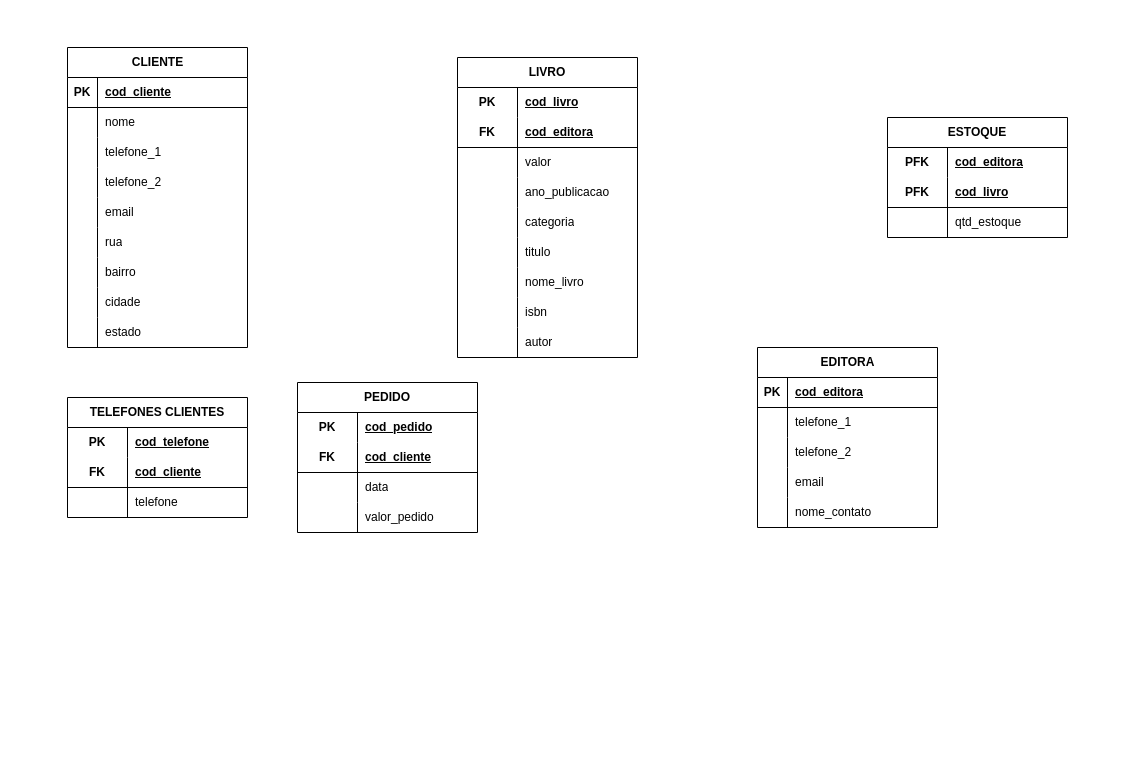
This is page "Página-3" (3 of 3) of Ativos de produção.drawio from danielpiupiu/Projetos, a draw.io file, before an edit. Source tidied: cells renumbered, new cells numbered last; positions are measured from the earlier drawing's top-left corner, leaving out a move shared by most shapes. Both pictures are drawn from the tidied source at 100%, with x=0, y=0 at pixel (67, 47).
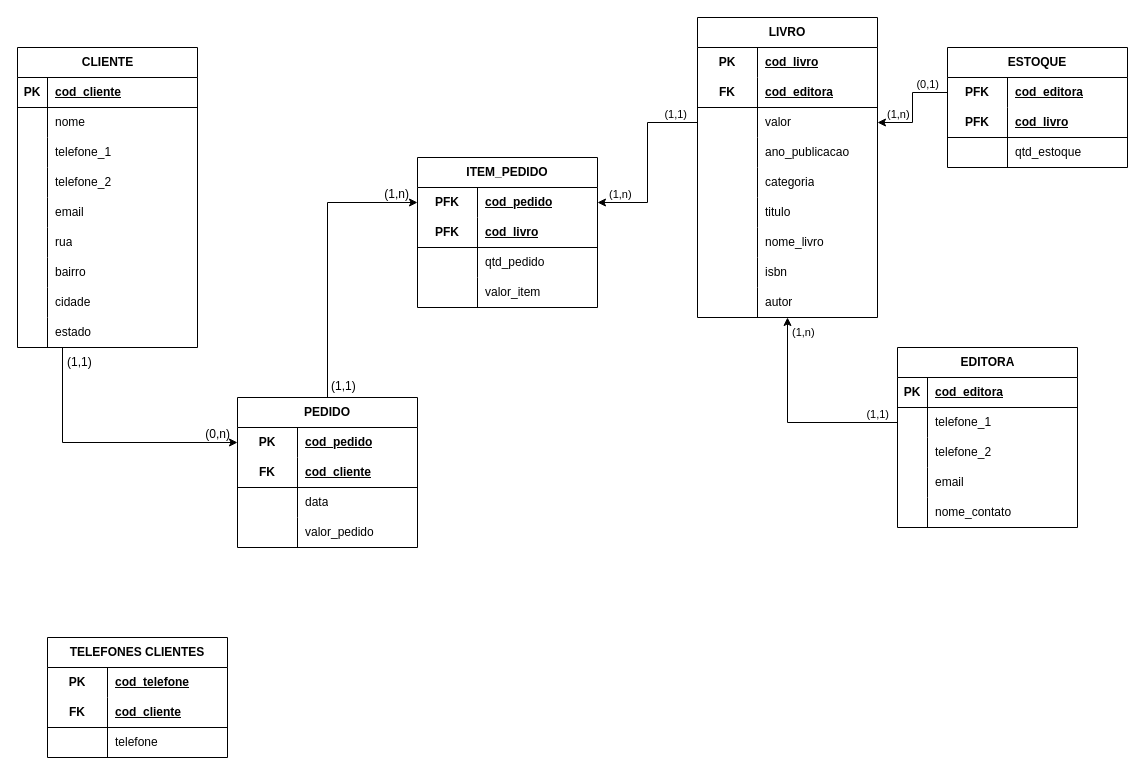
The same diagram, later.

The change refers to these unchanged cells:
```xml
<mxCell id="34" style="shape=tableRow;horizontal=0;startSize=0;swimlaneHead=0;swimlaneBody=0;fillColor=none;points=[[0,0.5],[1,0.5]];portConstraint=eastwest;top=0;left=0;right=0;bottom=0;" parent="30" vertex="1">
  <mxGeometry y="60" width="180" height="30" as="geometry" />
</mxCell>
<mxCell id="47" style="shape=tableRow;horizontal=0;startSize=0;swimlaneHead=0;swimlaneBody=0;fillColor=none;points=[[0,0.5],[1,0.5]];portConstraint=eastwest;top=0;left=0;right=0;bottom=0;html=1;" parent="46" vertex="1">
  <mxGeometry y="30" width="180" height="30" as="geometry" />
</mxCell>
<mxCell id="57" style="shape=tableRow;horizontal=0;startSize=0;swimlaneHead=0;swimlaneBody=0;fillColor=none;points=[[0,0.5],[1,0.5]];portConstraint=eastwest;top=0;left=0;right=0;bottom=0;html=1;" parent="56" vertex="1">
  <mxGeometry y="30" width="180" height="30" as="geometry" />
</mxCell>
<mxCell id="76" style="shape=tableRow;horizontal=0;startSize=0;swimlaneHead=0;swimlaneBody=0;fillColor=none;points=[[0,0.5],[1,0.5]];portConstraint=eastwest;top=0;left=0;right=0;bottom=0;html=1;" parent="69" vertex="1">
  <mxGeometry y="90" width="180" height="30" as="geometry" />
</mxCell>
```

Diff of the diagram source:
```diff
@@
     <mxCell id="2" value="CLIENTE" style="shape=table;startSize=30;childLayout=tableLayout;rowLines=0;fontStyle=1;align=center;html=1;" parent="1" vertex="1">
-      <mxGeometry width="180" height="300" as="geometry" />
+      <mxGeometry x="-50" width="180" height="300" as="geometry" />
     </mxCell>
@@
     <mxCell id="30" value="EDITORA" style="shape=table;startSize=30;childLayout=tableLayout;rowLines=0;fontStyle=1;align=center;html=1;" parent="1" vertex="1">
-      <mxGeometry x="690" y="300" width="180" height="180" as="geometry" />
+      <mxGeometry x="830" y="300" width="180" height="180" as="geometry" />
     </mxCell>
@@
     <mxCell id="46" value="ESTOQUE" style="shape=table;startSize=30;childLayout=tableLayout;rowLines=0;fontStyle=1;align=center;html=1;whiteSpace=wrap;" parent="1" vertex="1">
-      <mxGeometry x="820" y="70" width="180" height="120" as="geometry" />
+      <mxGeometry x="880" width="180" height="120" as="geometry" />
     </mxCell>
@@
     <mxCell id="56" value="PEDIDO" style="shape=table;startSize=30;childLayout=tableLayout;rowLines=0;fontStyle=1;align=center;html=1;whiteSpace=wrap;" parent="1" vertex="1">
-      <mxGeometry x="230" y="335" width="180" height="150" as="geometry" />
+      <mxGeometry x="170" y="350" width="180" height="150" as="geometry" />
     </mxCell>
@@
     <mxCell id="69" value="LIVRO" style="shape=table;startSize=30;childLayout=tableLayout;rowLines=0;fontStyle=1;align=center;html=1;whiteSpace=wrap;" parent="1" vertex="1">
-      <mxGeometry x="390" y="10" width="180" height="300" as="geometry" />
+      <mxGeometry x="630" y="-30" width="180" height="300" as="geometry" />
     </mxCell>
@@
     <mxCell id="97" value="TELEFONES CLIENTES" style="shape=table;startSize=30;childLayout=tableLayout;rowLines=0;fontStyle=1;align=center;html=1;whiteSpace=wrap;" parent="1" vertex="1">
-      <mxGeometry y="350" width="180" height="120" as="geometry" />
+      <mxGeometry x="-20" y="590" width="180" height="120" as="geometry" />
     </mxCell>
@@
+    <mxCell id="107" value="ITEM_PEDIDO" style="shape=table;startSize=30;childLayout=tableLayout;rowLines=0;fontStyle=1;align=center;html=1;whiteSpace=wrap;" parent="1" vertex="1">
+      <mxGeometry x="350" y="110" width="180" height="150" as="geometry" />
+    </mxCell>
+    <mxCell id="108" style="shape=tableRow;horizontal=0;startSize=0;swimlaneHead=0;swimlaneBody=0;fillColor=none;points=[[0,0.5],[1,0.5]];portConstraint=eastwest;top=0;left=0;right=0;bottom=0;html=1;" parent="107" vertex="1">
+      <mxGeometry y="30" width="180" height="30" as="geometry" />
+    </mxCell>
+    <mxCell id="109" value="PFK" style="shape=partialRectangle;fillColor=none;top=0;left=0;bottom=0;right=0;fontStyle=1;overflow=hidden;html=1;whiteSpace=wrap;" parent="108" vertex="1">
+      <mxGeometry width="60" height="30" as="geometry" />
+    </mxCell>
+    <mxCell id="110" value="cod_pedido" style="shape=partialRectangle;fillColor=none;top=0;left=0;bottom=0;right=0;align=left;spacingLeft=6;fontStyle=5;overflow=hidden;html=1;whiteSpace=wrap;" parent="108" vertex="1">
+      <mxGeometry x="60" width="120" height="30" as="geometry" />
+    </mxCell>
+    <mxCell id="111" style="shape=tableRow;horizontal=0;startSize=0;swimlaneHead=0;swimlaneBody=0;fillColor=none;top=0;left=0;right=0;bottom=1;html=1;" parent="107" vertex="1">
+      <mxGeometry y="60" width="180" height="30" as="geometry" />
+    </mxCell>
+    <mxCell id="112" value="PFK" style="shape=partialRectangle;fillColor=none;top=0;left=0;bottom=0;right=0;fontStyle=1;overflow=hidden;html=1;whiteSpace=wrap;" parent="111" vertex="1">
+      <mxGeometry width="60" height="30" as="geometry" />
+    </mxCell>
+    <mxCell id="113" value="cod_livro" style="shape=partialRectangle;fillColor=none;top=0;left=0;bottom=0;right=0;align=left;spacingLeft=6;fontStyle=5;overflow=hidden;html=1;whiteSpace=wrap;" parent="111" vertex="1">
+      <mxGeometry x="60" width="120" height="30" as="geometry" />
+    </mxCell>
+    <mxCell id="114" style="shape=tableRow;horizontal=0;startSize=0;swimlaneHead=0;swimlaneBody=0;fillColor=none;top=0;left=0;right=0;bottom=0;html=1;" parent="107" vertex="1">
+      <mxGeometry y="90" width="180" height="30" as="geometry" />
+    </mxCell>
+    <mxCell id="115" style="shape=partialRectangle;fillColor=none;top=0;left=0;bottom=0;right=0;overflow=hidden;html=1;whiteSpace=wrap;" parent="114" vertex="1">
+      <mxGeometry width="60" height="30" as="geometry" />
+    </mxCell>
+    <mxCell id="116" value="qtd_pedido" style="shape=partialRectangle;fillColor=none;top=0;left=0;bottom=0;right=0;align=left;spacingLeft=6;overflow=hidden;html=1;whiteSpace=wrap;" parent="114" vertex="1">
+      <mxGeometry x="60" width="120" height="30" as="geometry" />
+    </mxCell>
+    <mxCell id="117" style="shape=tableRow;horizontal=0;startSize=0;swimlaneHead=0;swimlaneBody=0;fillColor=none;top=0;left=0;right=0;bottom=0;html=1;" parent="107" vertex="1">
+      <mxGeometry y="120" width="180" height="30" as="geometry" />
+    </mxCell>
+    <mxCell id="118" style="shape=partialRectangle;fillColor=none;top=0;left=0;bottom=0;right=0;overflow=hidden;html=1;whiteSpace=wrap;" parent="117" vertex="1">
+      <mxGeometry width="60" height="30" as="geometry" />
+    </mxCell>
+    <mxCell id="119" value="valor_item" style="shape=partialRectangle;fillColor=none;top=0;left=0;bottom=0;right=0;align=left;spacingLeft=6;overflow=hidden;html=1;whiteSpace=wrap;" parent="117" vertex="1">
+      <mxGeometry x="60" width="120" height="30" as="geometry" />
+    </mxCell>
+    <mxCell id="120" style="endArrow=classic;html=1;rounded=0;exitX=0.25;exitY=1;exitDx=0;exitDy=0;entryX=0;entryY=0.5;entryDx=0;entryDy=0;edgeStyle=orthogonalEdgeStyle;endFill=1;" parent="1" edge="1" source="2" target="57">
+      <mxGeometry relative="1" as="geometry" />
+    </mxCell>
+    <mxCell id="121" value="(1,1)" style="html=1;whiteSpace=wrap;align=left;verticalAlign=bottom;" parent="120" vertex="1">
+      <mxGeometry x="-1" relative="1" as="geometry">
+        <mxPoint x="3" y="23" as="offset" />
+      </mxGeometry>
+    </mxCell>
+    <mxCell id="122" value="(0,n)" style="html=1;whiteSpace=wrap;align=right;verticalAlign=bottom;" parent="120" vertex="1">
+      <mxGeometry x="1" relative="1" as="geometry">
+        <mxPoint x="-6" as="offset" />
+      </mxGeometry>
+    </mxCell>
+    <mxCell id="123" style="endArrow=classic;html=1;rounded=0;exitX=0.5;exitY=0;exitDx=0;exitDy=0;entryX=0;entryY=0.5;entryDx=0;entryDy=0;edgeStyle=orthogonalEdgeStyle;endFill=1;" parent="1" edge="1" source="56" target="108">
+      <mxGeometry relative="1" as="geometry" />
+    </mxCell>
+    <mxCell id="124" value="(1,1)" style="html=1;whiteSpace=wrap;align=left;verticalAlign=bottom;" parent="123" vertex="1">
+      <mxGeometry x="-1" relative="1" as="geometry">
+        <mxPoint x="2" y="-3" as="offset" />
+      </mxGeometry>
+    </mxCell>
+    <mxCell id="125" value="(1,n)" style="html=1;whiteSpace=wrap;align=right;verticalAlign=bottom;" parent="123" vertex="1">
+      <mxGeometry x="1" relative="1" as="geometry">
+        <mxPoint x="-7" as="offset" />
+      </mxGeometry>
+    </mxCell>
+    <mxCell id="126" style="endArrow=none;html=1;rounded=0;strokeColor=default;align=center;verticalAlign=middle;fontFamily=Helvetica;fontSize=11;fontColor=default;labelBackgroundColor=default;edgeStyle=orthogonalEdgeStyle;exitX=1;exitY=0.5;exitDx=0;exitDy=0;entryX=0;entryY=0.5;entryDx=0;entryDy=0;endFill=0;startArrow=classic;startFill=1;" parent="1" edge="1" source="108" target="76">
+      <mxGeometry relative="1" as="geometry" />
+    </mxCell>
+    <mxCell id="127" value="(1,n)" style="html=1;whiteSpace=wrap;align=left;verticalAlign=bottom;fontFamily=Helvetica;fontSize=11;fontColor=default;labelBackgroundColor=default;" parent="126" vertex="1">
+      <mxGeometry x="-1" relative="1" as="geometry">
+        <mxPoint x="10" as="offset" />
+      </mxGeometry>
+    </mxCell>
+    <mxCell id="128" value="(1,1)" style="html=1;whiteSpace=wrap;align=right;verticalAlign=bottom;fontFamily=Helvetica;fontSize=11;fontColor=default;labelBackgroundColor=default;" parent="126" vertex="1">
+      <mxGeometry x="1" relative="1" as="geometry">
+        <mxPoint x="-9" as="offset" />
+      </mxGeometry>
+    </mxCell>
+    <mxCell id="129" style="endArrow=none;html=1;rounded=0;strokeColor=default;align=center;verticalAlign=middle;fontFamily=Helvetica;fontSize=11;fontColor=default;labelBackgroundColor=default;edgeStyle=orthogonalEdgeStyle;entryX=0;entryY=0.5;entryDx=0;entryDy=0;exitX=0.5;exitY=1;exitDx=0;exitDy=0;endFill=0;startArrow=classic;startFill=1;" parent="1" edge="1" source="69" target="34">
+      <mxGeometry relative="1" as="geometry" />
+    </mxCell>
+    <mxCell id="130" value="(1,n)" style="html=1;whiteSpace=wrap;align=left;verticalAlign=bottom;fontFamily=Helvetica;fontSize=11;fontColor=default;labelBackgroundColor=default;" parent="129" vertex="1">
+      <mxGeometry x="-1" relative="1" as="geometry">
+        <mxPoint x="3" y="23" as="offset" />
+      </mxGeometry>
+    </mxCell>
+    <mxCell id="131" value="(1,1)" style="html=1;whiteSpace=wrap;align=right;verticalAlign=bottom;fontFamily=Helvetica;fontSize=11;fontColor=default;labelBackgroundColor=default;" parent="129" vertex="1">
+      <mxGeometry x="1" relative="1" as="geometry">
+        <mxPoint x="-7" as="offset" />
+      </mxGeometry>
+    </mxCell>
+    <mxCell id="132" style="endArrow=none;html=1;rounded=0;strokeColor=default;align=center;verticalAlign=middle;fontFamily=Helvetica;fontSize=11;fontColor=default;labelBackgroundColor=default;edgeStyle=orthogonalEdgeStyle;exitX=1;exitY=0.5;exitDx=0;exitDy=0;entryX=0;entryY=0.5;entryDx=0;entryDy=0;startArrow=classic;startFill=1;" parent="1" edge="1" source="76" target="47">
+      <mxGeometry relative="1" as="geometry" />
+    </mxCell>
+    <mxCell id="133" value="(1,n)" style="html=1;whiteSpace=wrap;align=left;verticalAlign=bottom;fontFamily=Helvetica;fontSize=11;fontColor=default;labelBackgroundColor=default;" parent="132" vertex="1">
+      <mxGeometry x="-1" relative="1" as="geometry">
+        <mxPoint x="8" as="offset" />
+      </mxGeometry>
+    </mxCell>
+    <mxCell id="134" value="(0,1)" style="html=1;whiteSpace=wrap;align=right;verticalAlign=bottom;fontFamily=Helvetica;fontSize=11;fontColor=default;labelBackgroundColor=default;" parent="132" vertex="1">
+      <mxGeometry x="1" relative="1" as="geometry">
+        <mxPoint x="-7" as="offset" />
+      </mxGeometry>
+    </mxCell>
```
